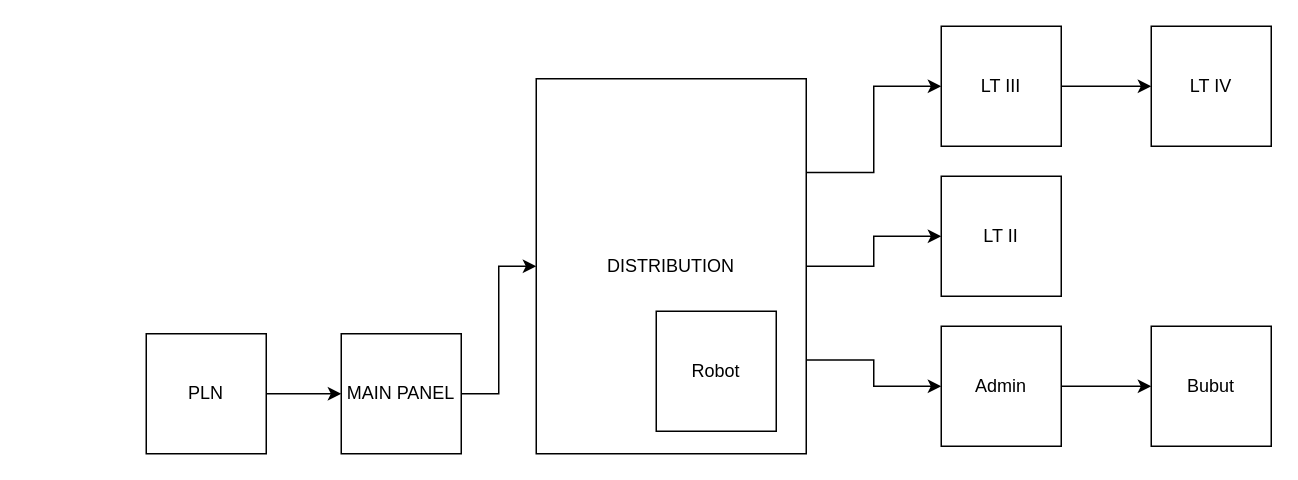
Above: installasi Listrik_Diagram.drawio in ilhamdestyo/draw.io (draw.io), before the change. Source tidied: cells renumbered, new cells numbered last; positions are measured from the earlier drawing's top-left corner, leaving out a move shared by most shapes. Both pictures are drawn from the tidied source at 150%, with x=0, y=0 at pixel (146, 26).
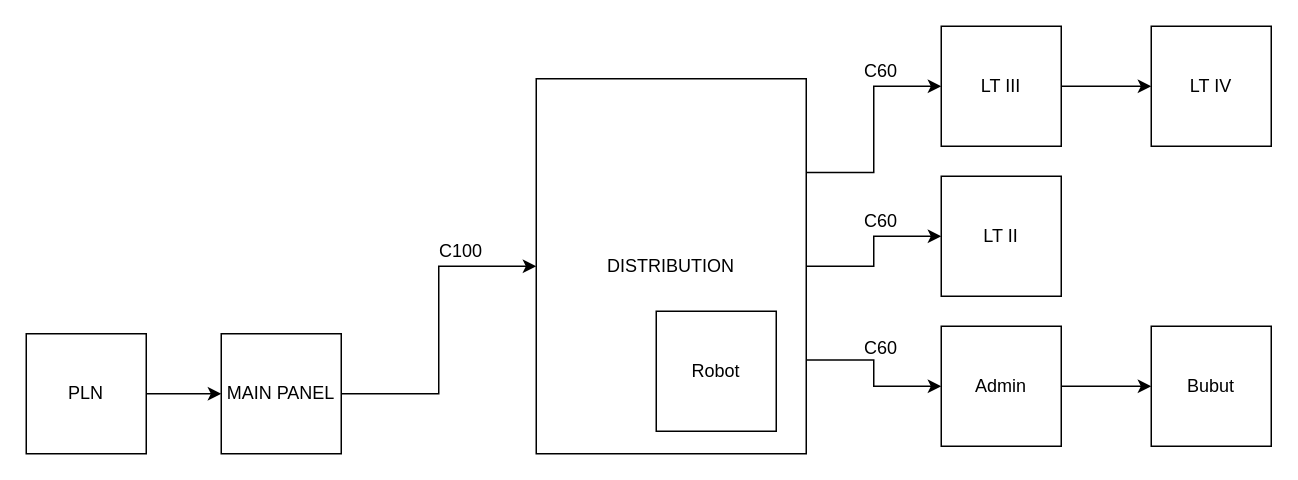
After the change.

What changed in the source:
```diff
@@
     <mxCell id="3" value="PLN" style="whiteSpace=wrap;html=1;" parent="1" vertex="1">
-      <mxGeometry y="205" width="80" height="80" as="geometry" />
+      <mxGeometry x="-80" y="205" width="80" height="80" as="geometry" />
     </mxCell>
@@
     <mxCell id="5" value="MAIN PANEL" style="whiteSpace=wrap;html=1;" parent="1" vertex="1">
-      <mxGeometry x="130" y="205" width="80" height="80" as="geometry" />
+      <mxGeometry x="50" y="205" width="80" height="80" as="geometry" />
     </mxCell>
@@
+    <mxCell id="18" value="C100" style="text;html=1;whiteSpace=wrap;strokeColor=none;fillColor=none;align=center;verticalAlign=middle;rounded=0;" parent="1" vertex="1">
+      <mxGeometry x="180" y="135" width="60" height="30" as="geometry" />
+    </mxCell>
+    <mxCell id="19" value="C60" style="text;html=1;whiteSpace=wrap;strokeColor=none;fillColor=none;align=center;verticalAlign=middle;rounded=0;" parent="1" vertex="1">
+      <mxGeometry x="460" y="15" width="60" height="30" as="geometry" />
+    </mxCell>
+    <mxCell id="20" value="C60" style="text;html=1;whiteSpace=wrap;strokeColor=none;fillColor=none;align=center;verticalAlign=middle;rounded=0;" parent="1" vertex="1">
+      <mxGeometry x="460" y="115" width="60" height="30" as="geometry" />
+    </mxCell>
+    <mxCell id="21" value="C60" style="text;html=1;whiteSpace=wrap;strokeColor=none;fillColor=none;align=center;verticalAlign=middle;rounded=0;" parent="1" vertex="1">
+      <mxGeometry x="460" y="200" width="60" height="30" as="geometry" />
+    </mxCell>
```
